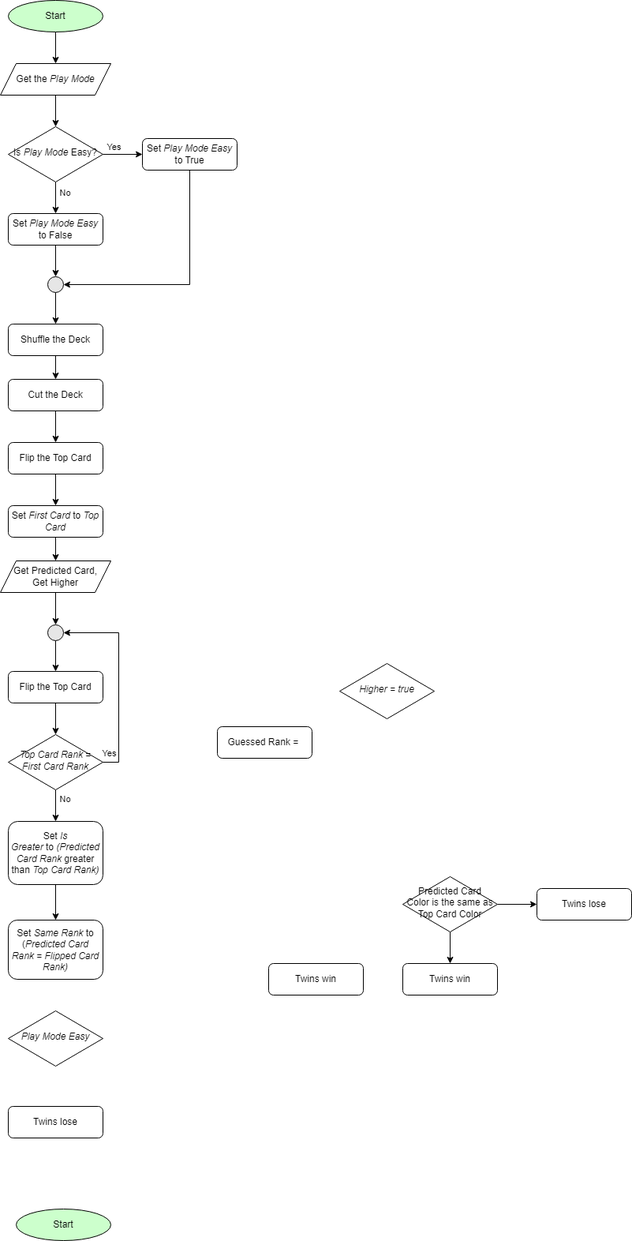
This is Red_Black_High_Low.drawio.png from ferthelet/techlelevator, a draw.io export, as it was before one commit. Source tidied: cells renumbered, new cells last; positions are measured from the earlier drawing's top-left corner, leaving out a move shared by most shapes.
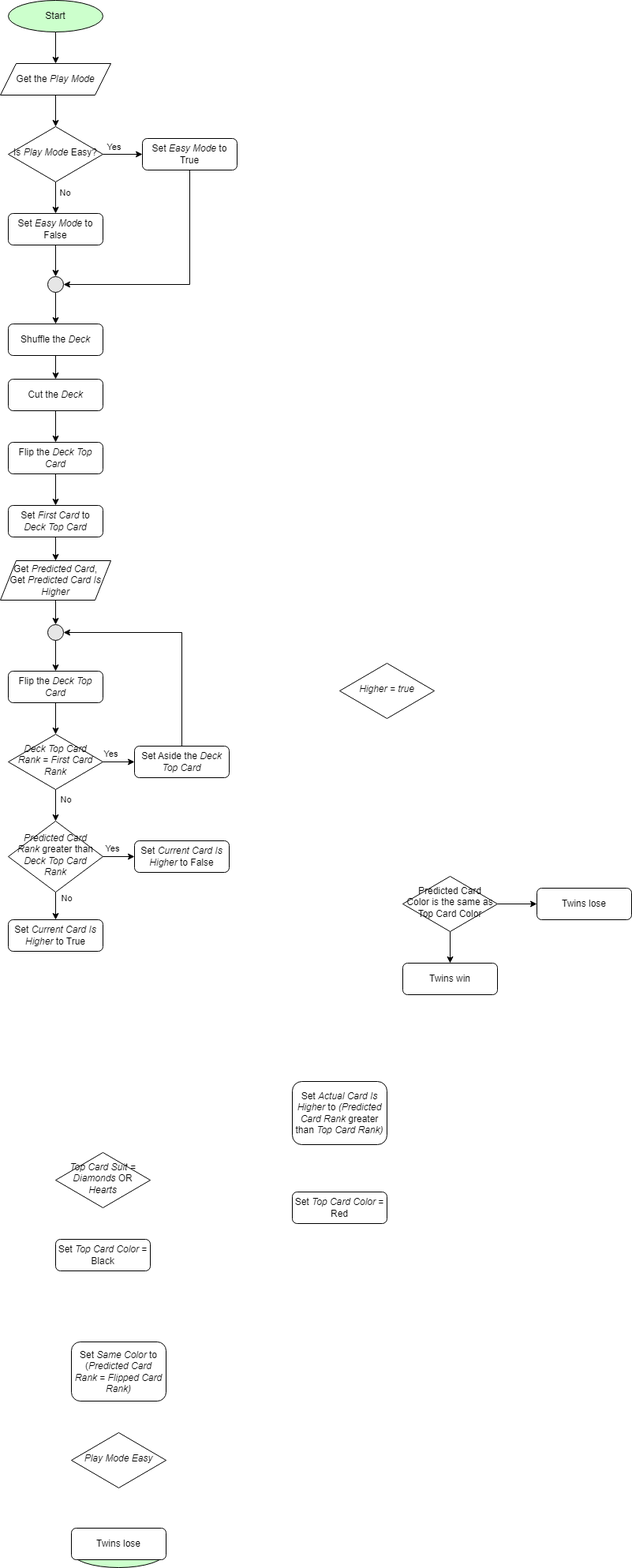
The same file after the commit.

Diff of the diagram source:
```diff
@@ -11,19 +11,19 @@
     <mxCell id="4" style="edgeStyle=orthogonalEdgeStyle;rounded=0;jettySize=auto;html=1;entryX=0.5;entryY=0;entryDx=0;entryDy=0;" parent="1" edge="1" source="5" target="7">
       <mxGeometry relative="1" as="geometry" />
     </mxCell>
-    <mxCell id="5" value="Shuffle the Deck" style="rounded=1;whiteSpace=wrap;html=1;fontSize=12;glass=0;strokeWidth=1;shadow=0;" parent="1" vertex="1">
+    <mxCell id="5" value="Shuffle the &lt;i&gt;Deck&lt;/i&gt;" style="rounded=1;whiteSpace=wrap;html=1;fontSize=12;glass=0;strokeWidth=1;shadow=0;" parent="1" vertex="1">
       <mxGeometry x="10" y="410" width="120" height="40" as="geometry" />
     </mxCell>
     <mxCell id="6" style="edgeStyle=orthogonalEdgeStyle;rounded=0;jettySize=auto;html=1;entryX=0.5;entryY=0;entryDx=0;entryDy=0;" parent="1" edge="1" source="7" target="9">
       <mxGeometry relative="1" as="geometry" />
     </mxCell>
-    <mxCell id="7" value="Cut the Deck" style="rounded=1;whiteSpace=wrap;html=1;fontSize=12;glass=0;strokeWidth=1;shadow=0;" parent="1" vertex="1">
+    <mxCell id="7" value="Cut the &lt;i&gt;Deck&lt;/i&gt;" style="rounded=1;whiteSpace=wrap;html=1;fontSize=12;glass=0;strokeWidth=1;shadow=0;" parent="1" vertex="1">
       <mxGeometry x="10" y="480" width="120" height="40" as="geometry" />
     </mxCell>
     <mxCell id="8" style="edgeStyle=orthogonalEdgeStyle;rounded=0;jettySize=auto;html=1;entryX=0.5;entryY=0;entryDx=0;entryDy=0;" parent="1" edge="1" source="9" target="34">
       <mxGeometry relative="1" as="geometry" />
     </mxCell>
-    <mxCell id="9" value="Flip the Top Card" style="rounded=1;whiteSpace=wrap;html=1;fontSize=12;glass=0;strokeWidth=1;shadow=0;" parent="1" vertex="1">
+    <mxCell id="9" value="Flip the &lt;i&gt;Deck Top Card&lt;/i&gt;" style="rounded=1;whiteSpace=wrap;html=1;fontSize=12;glass=0;strokeWidth=1;shadow=0;" parent="1" vertex="1">
       <mxGeometry x="10" y="560" width="120" height="40" as="geometry" />
     </mxCell>
     <mxCell id="10" style="edgeStyle=orthogonalEdgeStyle;rounded=0;jettySize=auto;html=1;" parent="1" edge="1" source="14" target="20">
@@ -52,7 +52,7 @@
         </Array>
       </mxGeometry>
     </mxCell>
-    <mxCell id="16" value="Set &lt;i&gt;Play Mode&lt;/i&gt;&amp;nbsp;&lt;i&gt;Easy &lt;/i&gt;to True" style="rounded=1;whiteSpace=wrap;html=1;fontSize=12;glass=0;strokeWidth=1;shadow=0;" parent="1" vertex="1">
+    <mxCell id="16" value="Set &lt;i&gt;Easy&amp;nbsp;&lt;/i&gt;&lt;i&gt;Mode&lt;/i&gt;&lt;i&gt;&amp;nbsp;&lt;/i&gt;to True" style="rounded=1;whiteSpace=wrap;html=1;fontSize=12;glass=0;strokeWidth=1;shadow=0;" parent="1" vertex="1">
       <mxGeometry x="180" y="175" width="120" height="40" as="geometry" />
     </mxCell>
     <mxCell id="17" style="edgeStyle=orthogonalEdgeStyle;rounded=0;jettySize=auto;html=1;" parent="1" edge="1" source="18" target="14">
@@ -64,7 +64,7 @@
     <mxCell id="19" style="edgeStyle=orthogonalEdgeStyle;rounded=0;jettySize=auto;html=1;" parent="1" edge="1" source="20" target="22">
       <mxGeometry relative="1" as="geometry" />
     </mxCell>
-    <mxCell id="20" value="Set &lt;i&gt;Play Mode&lt;/i&gt;&amp;nbsp;&lt;i&gt;Easy &lt;/i&gt;to False" style="rounded=1;whiteSpace=wrap;html=1;fontSize=12;glass=0;strokeWidth=1;shadow=0;" parent="1" vertex="1">
+    <mxCell id="20" value="Set&amp;nbsp;&lt;i&gt;Easy&amp;nbsp;&lt;/i&gt;&lt;i&gt;Mode&lt;/i&gt;&lt;i&gt;&amp;nbsp;&lt;/i&gt;to False" style="rounded=1;whiteSpace=wrap;html=1;fontSize=12;glass=0;strokeWidth=1;shadow=0;" parent="1" vertex="1">
       <mxGeometry x="10" y="270" width="120" height="40" as="geometry" />
     </mxCell>
     <mxCell id="21" style="edgeStyle=orthogonalEdgeStyle;rounded=0;jettySize=auto;html=1;entryX=0.5;entryY=0;entryDx=0;entryDy=0;" parent="1" edge="1" source="22" target="5">
@@ -76,21 +76,18 @@
     <mxCell id="23" style="edgeStyle=orthogonalEdgeStyle;rounded=0;jettySize=auto;html=1;" parent="1" edge="1" source="24" target="41">
       <mxGeometry relative="1" as="geometry" />
     </mxCell>
-    <mxCell id="24" value="Get Predicted Card,&lt;div&gt;Get Higher&lt;/div&gt;" style="shape=parallelogram;perimeter=parallelogramPerimeter;whiteSpace=wrap;html=1;fixedSize=1;" parent="1" vertex="1">
-      <mxGeometry y="710" width="140" height="40" as="geometry" />
+    <mxCell id="24" value="Get &lt;i&gt;Predicted Card&lt;/i&gt;,&lt;div&gt;Get &lt;i&gt;Predicted Card Is Higher&lt;/i&gt;&lt;/div&gt;" style="shape=parallelogram;perimeter=parallelogramPerimeter;whiteSpace=wrap;html=1;fixedSize=1;" parent="1" vertex="1">
+      <mxGeometry y="710" width="140" height="50" as="geometry" />
     </mxCell>
-    <mxCell id="25" value="Flip the Top Card" style="rounded=1;whiteSpace=wrap;html=1;fontSize=12;glass=0;strokeWidth=1;shadow=0;" parent="1" vertex="1">
+    <mxCell id="25" value="Flip the &lt;i&gt;Deck Top Card&lt;/i&gt;" style="rounded=1;whiteSpace=wrap;html=1;fontSize=12;glass=0;strokeWidth=1;shadow=0;" parent="1" vertex="1">
       <mxGeometry x="10" y="850" width="120" height="40" as="geometry" />
     </mxCell>
     <mxCell id="26" value="&lt;i&gt;Play Mode Easy&lt;/i&gt;" style="rhombus;whiteSpace=wrap;html=1;shadow=0;fontFamily=Helvetica;fontSize=12;align=center;strokeWidth=1;spacing=6;spacingTop=-4;" parent="1" vertex="1">
-      <mxGeometry x="10" y="1280" width="120" height="70" as="geometry" />
+      <mxGeometry x="90" y="1815" width="120" height="70" as="geometry" />
     </mxCell>
     <mxCell id="27" value="Twins win" style="rounded=1;whiteSpace=wrap;html=1;fontSize=12;glass=0;strokeWidth=1;shadow=0;" parent="1" vertex="1">
       <mxGeometry x="510" y="1220" width="120" height="40" as="geometry" />
     </mxCell>
-    <mxCell id="28" value="Twins win" style="rounded=1;whiteSpace=wrap;html=1;fontSize=12;glass=0;strokeWidth=1;shadow=0;" parent="1" vertex="1">
-      <mxGeometry x="340" y="1220" width="120" height="40" as="geometry" />
-    </mxCell>
     <mxCell id="29" style="edgeStyle=orthogonalEdgeStyle;rounded=0;jettySize=auto;html=1;" parent="1" edge="1" source="31" target="32">
       <mxGeometry relative="1" as="geometry" />
     </mxCell>
@@ -106,26 +103,26 @@
     <mxCell id="33" style="edgeStyle=orthogonalEdgeStyle;rounded=0;jettySize=auto;html=1;exitX=0.5;exitY=1;exitDx=0;exitDy=0;entryX=0.5;entryY=0;entryDx=0;entryDy=0;" parent="1" edge="1" source="34" target="24">
       <mxGeometry relative="1" as="geometry" />
     </mxCell>
-    <mxCell id="34" value="Set &lt;i&gt;First Card&lt;/i&gt; to &lt;i&gt;Top Card&lt;/i&gt;" style="rounded=1;whiteSpace=wrap;html=1;fontSize=12;glass=0;strokeWidth=1;shadow=0;" parent="1" vertex="1">
+    <mxCell id="34" value="Set &lt;i&gt;First Card&lt;/i&gt; to &lt;i&gt;Deck&amp;nbsp;Top Card&lt;/i&gt;" style="rounded=1;whiteSpace=wrap;html=1;fontSize=12;glass=0;strokeWidth=1;shadow=0;" parent="1" vertex="1">
       <mxGeometry x="10" y="640" width="120" height="40" as="geometry" />
     </mxCell>
-    <mxCell id="35" style="edgeStyle=orthogonalEdgeStyle;rounded=0;jettySize=auto;html=1;entryX=1;entryY=0.5;entryDx=0;entryDy=0;exitX=1;exitY=0.5;exitDx=0;exitDy=0;" parent="1" edge="1" source="39" target="41">
-      <mxGeometry relative="1" as="geometry" />
-    </mxCell>
-    <mxCell id="36" value="Yes" style="edgeLabel;html=1;align=center;verticalAlign=middle;" parent="35" vertex="1">
-      <mxGeometry x="-0.6" y="2" relative="1" as="geometry">
-        <mxPoint x="-11" y="19" as="offset" />
-      </mxGeometry>
-    </mxCell>
-    <mxCell id="37" style="edgeStyle=orthogonalEdgeStyle;rounded=0;jettySize=auto;html=1;entryX=0.5;entryY=0;entryDx=0;entryDy=0;" parent="1" edge="1" source="39" target="48">
-      <mxGeometry relative="1" as="geometry" />
-    </mxCell>
-    <mxCell id="38" value="No" style="edgeLabel;html=1;align=center;verticalAlign=middle;" parent="37" vertex="1">
-      <mxGeometry x="-0.2" y="-2" relative="1" as="geometry">
-        <mxPoint x="13" y="-5" as="offset" />
-      </mxGeometry>
-    </mxCell>
+    <mxCell id="50" style="edgeStyle=orthogonalEdgeStyle;rounded=0;jettySize=auto;html=1;" parent="1" edge="1" source="39" target="62">
+      <mxGeometry relative="1" as="geometry" />
+    </mxCell>
+    <mxCell id="51" value="No" style="edgeLabel;html=1;align=center;verticalAlign=middle;" parent="50" vertex="1">
+      <mxGeometry x="-0.05" y="2" relative="1" as="geometry">
+        <mxPoint x="10" y="-7" as="offset" />
+      </mxGeometry>
+    </mxCell>
+    <mxCell id="52" style="edgeStyle=orthogonalEdgeStyle;rounded=0;jettySize=auto;html=1;" parent="1" edge="1" source="39" target="46">
+      <mxGeometry relative="1" as="geometry" />
+    </mxCell>
+    <mxCell id="53" value="Yes" style="edgeLabel;html=1;align=center;verticalAlign=middle;" parent="52" vertex="1">
+      <mxGeometry x="-0.3" y="3" relative="1" as="geometry">
+        <mxPoint x="-5" y="-8" as="offset" />
+      </mxGeometry>
+    </mxCell>
-    <mxCell id="39" value="&lt;i&gt;Top Card Rank&lt;/i&gt; = &lt;i&gt;First Card Rank&lt;/i&gt;" style="rhombus;whiteSpace=wrap;html=1;shadow=0;fontFamily=Helvetica;fontSize=12;align=center;strokeWidth=1;spacing=6;spacingTop=-4;" parent="1" vertex="1">
+    <mxCell id="39" value="&lt;i&gt;Deck Top Card Rank&lt;/i&gt; = &lt;i&gt;First Card Rank&lt;/i&gt;" style="rhombus;whiteSpace=wrap;html=1;shadow=0;fontFamily=Helvetica;fontSize=12;align=center;strokeWidth=1;spacing=6;spacingTop=-4;" parent="1" vertex="1">
       <mxGeometry x="10" y="930" width="120" height="70" as="geometry" />
     </mxCell>
     <mxCell id="40" style="edgeStyle=orthogonalEdgeStyle;rounded=0;jettySize=auto;html=1;exitX=0.5;exitY=1;exitDx=0;exitDy=0;entryX=0.5;entryY=0;entryDx=0;entryDy=0;" parent="1" edge="1" source="41" target="25">
@@ -135,10 +132,10 @@
       <mxGeometry x="60" y="791" width="20" height="20" as="geometry" />
     </mxCell>
     <mxCell id="42" value="Start" style="ellipse;whiteSpace=wrap;html=1;fillColor=#CCFFCC;" parent="1" vertex="1">
-      <mxGeometry x="20" y="1531" width="120" height="40" as="geometry" />
+      <mxGeometry x="90" y="1946" width="120" height="40" as="geometry" />
     </mxCell>
     <mxCell id="43" value="Twins lose" style="rounded=1;whiteSpace=wrap;html=1;fontSize=12;glass=0;strokeWidth=1;shadow=0;" parent="1" vertex="1">
-      <mxGeometry x="10" y="1401" width="120" height="40" as="geometry" />
+      <mxGeometry x="90" y="1936" width="120" height="40" as="geometry" />
     </mxCell>
     <mxCell id="44" style="edgeStyle=orthogonalEdgeStyle;rounded=0;jettySize=auto;html=1;exitX=0.5;exitY=1;exitDx=0;exitDy=0;" parent="1" edge="1" source="25" target="39">
       <mxGeometry relative="1" as="geometry" />
@@ -146,17 +143,51 @@
     <mxCell id="45" value="&lt;i&gt;Higher = true&lt;/i&gt;" style="rhombus;whiteSpace=wrap;html=1;shadow=0;fontFamily=Helvetica;fontSize=12;align=center;strokeWidth=1;spacing=6;spacingTop=-4;" parent="1" vertex="1">
       <mxGeometry x="430" y="840" width="120" height="70" as="geometry" />
     </mxCell>
+    <mxCell id="54" style="edgeStyle=orthogonalEdgeStyle;rounded=0;jettySize=auto;html=1;entryX=1;entryY=0.5;entryDx=0;entryDy=0;exitX=0.5;exitY=0;exitDx=0;exitDy=0;" parent="1" edge="1" source="46" target="41">
+      <mxGeometry relative="1" as="geometry" />
+    </mxCell>
-    <mxCell id="46" value="Guessed Rank =&amp;nbsp;" style="rounded=1;whiteSpace=wrap;html=1;fontSize=12;glass=0;strokeWidth=1;shadow=0;" parent="1" vertex="1">
-      <mxGeometry x="275" y="920" width="120" height="40" as="geometry" />
+    <mxCell id="46" value="Set Aside the&amp;nbsp;&lt;i&gt;Deck Top Card&lt;/i&gt;" style="rounded=1;whiteSpace=wrap;html=1;fontSize=12;glass=0;strokeWidth=1;shadow=0;" parent="1" vertex="1">
+      <mxGeometry x="170" y="945" width="120" height="40" as="geometry" />
     </mxCell>
-    <mxCell id="47" style="edgeStyle=orthogonalEdgeStyle;rounded=0;jettySize=auto;html=1;" parent="1" edge="1" source="48" target="49">
-      <mxGeometry relative="1" as="geometry" />
-    </mxCell>
-    <mxCell id="48" value="Set&amp;nbsp;&lt;i&gt;Is Greater&amp;nbsp;&lt;/i&gt;to&amp;nbsp;&lt;i&gt;(Predicted Card Rank&lt;/i&gt;&amp;nbsp;greater than&amp;nbsp;&lt;i&gt;Top Card Rank)&lt;/i&gt;" style="rounded=1;whiteSpace=wrap;html=1;" parent="1" vertex="1">
-      <mxGeometry x="10" y="1040" width="120" height="80" as="geometry" />
+    <mxCell id="48" value="Set &lt;i&gt;Actual Card&amp;nbsp;Is Higher&amp;nbsp;&lt;/i&gt;to&amp;nbsp;&lt;i&gt;(Predicted Card Rank&lt;/i&gt;&amp;nbsp;greater than &lt;i&gt;Top Card Rank)&lt;/i&gt;" style="rounded=1;whiteSpace=wrap;html=1;" parent="1" vertex="1">
+      <mxGeometry x="370" y="1370" width="120" height="80" as="geometry" />
     </mxCell>
-    <mxCell id="49" value="Set &lt;i&gt;Same Rank&lt;/i&gt; to (&lt;i&gt;Predicted Card Rank&lt;/i&gt;&amp;nbsp;= &lt;i&gt;Flipped Card Rank)&lt;/i&gt;" style="whiteSpace=wrap;html=1;rounded=1;" parent="1" vertex="1">
-      <mxGeometry x="10" y="1165" width="120" height="75" as="geometry" />
+    <mxCell id="49" value="Set &lt;i&gt;Same Color&lt;/i&gt; to (&lt;i&gt;Predicted Card Rank&lt;/i&gt;&amp;nbsp;= &lt;i&gt;Flipped Card Rank)&lt;/i&gt;" style="whiteSpace=wrap;html=1;rounded=1;" parent="1" vertex="1">
+      <mxGeometry x="90" y="1700" width="120" height="75" as="geometry" />
     </mxCell>
+    <mxCell id="55" value="&lt;i&gt;Top Card Suit = Diamonds &lt;/i&gt;OR &lt;i&gt;Hearts&lt;/i&gt;" style="rhombus;whiteSpace=wrap;html=1;shadow=0;fontFamily=Helvetica;fontSize=12;align=center;strokeWidth=1;spacing=6;spacingTop=-4;" parent="1" vertex="1">
+      <mxGeometry x="70" y="1460" width="120" height="70" as="geometry" />
+    </mxCell>
+    <mxCell id="56" value="Set &lt;i&gt;Top Card Color&lt;/i&gt; = Red" style="rounded=1;whiteSpace=wrap;html=1;fontSize=12;glass=0;strokeWidth=1;shadow=0;" parent="1" vertex="1">
+      <mxGeometry x="370" y="1510" width="120" height="40" as="geometry" />
+    </mxCell>
+    <mxCell id="57" value="Set &lt;i&gt;Top Card Color&lt;/i&gt; = Black" style="rounded=1;whiteSpace=wrap;html=1;fontSize=12;glass=0;strokeWidth=1;shadow=0;" parent="1" vertex="1">
+      <mxGeometry x="70" y="1570" width="120" height="40" as="geometry" />
+    </mxCell>
+    <mxCell id="58" style="edgeStyle=orthogonalEdgeStyle;rounded=0;jettySize=auto;html=1;" parent="1" edge="1" source="62" target="63">
+      <mxGeometry relative="1" as="geometry" />
+    </mxCell>
+    <mxCell id="59" value="Yes" style="edgeLabel;html=1;align=center;verticalAlign=middle;" parent="58" vertex="1">
+      <mxGeometry x="-0.25" relative="1" as="geometry">
+        <mxPoint x="-4" y="-11" as="offset" />
+      </mxGeometry>
+    </mxCell>
+    <mxCell id="60" style="edgeStyle=orthogonalEdgeStyle;rounded=0;jettySize=auto;html=1;" parent="1" edge="1" source="62" target="64">
+      <mxGeometry relative="1" as="geometry" />
+    </mxCell>
+    <mxCell id="61" value="No" style="edgeLabel;html=1;align=center;verticalAlign=middle;" parent="60" vertex="1">
+      <mxGeometry x="-0.38" y="1" relative="1" as="geometry">
+        <mxPoint x="12" y="-7" as="offset" />
+      </mxGeometry>
+    </mxCell>
+    <mxCell id="62" value="&lt;i&gt;Predicted Card Rank&lt;/i&gt;&amp;nbsp;greater than &lt;i&gt;Deck Top Card Rank&lt;/i&gt;" style="rhombus;whiteSpace=wrap;html=1;shadow=0;fontFamily=Helvetica;fontSize=12;align=center;strokeWidth=1;spacing=6;spacingTop=-4;" parent="1" vertex="1">
+      <mxGeometry x="10" y="1040" width="120" height="90" as="geometry" />
+    </mxCell>
+    <mxCell id="63" value="Set&amp;nbsp;&lt;i&gt;Current Card&amp;nbsp;Is Higher &lt;/i&gt;to False" style="rounded=1;whiteSpace=wrap;html=1;fontSize=12;glass=0;strokeWidth=1;shadow=0;" parent="1" vertex="1">
+      <mxGeometry x="170" y="1065" width="120" height="40" as="geometry" />
+    </mxCell>
+    <mxCell id="64" value="Set&amp;nbsp;&lt;i&gt;Current Card&amp;nbsp;Is Higher &lt;/i&gt;to True" style="rounded=1;whiteSpace=wrap;html=1;fontSize=12;glass=0;strokeWidth=1;shadow=0;" parent="1" vertex="1">
+      <mxGeometry x="10" y="1165" width="120" height="40" as="geometry" />
+    </mxCell>
   </root>
 </mxGraphModel>
```
